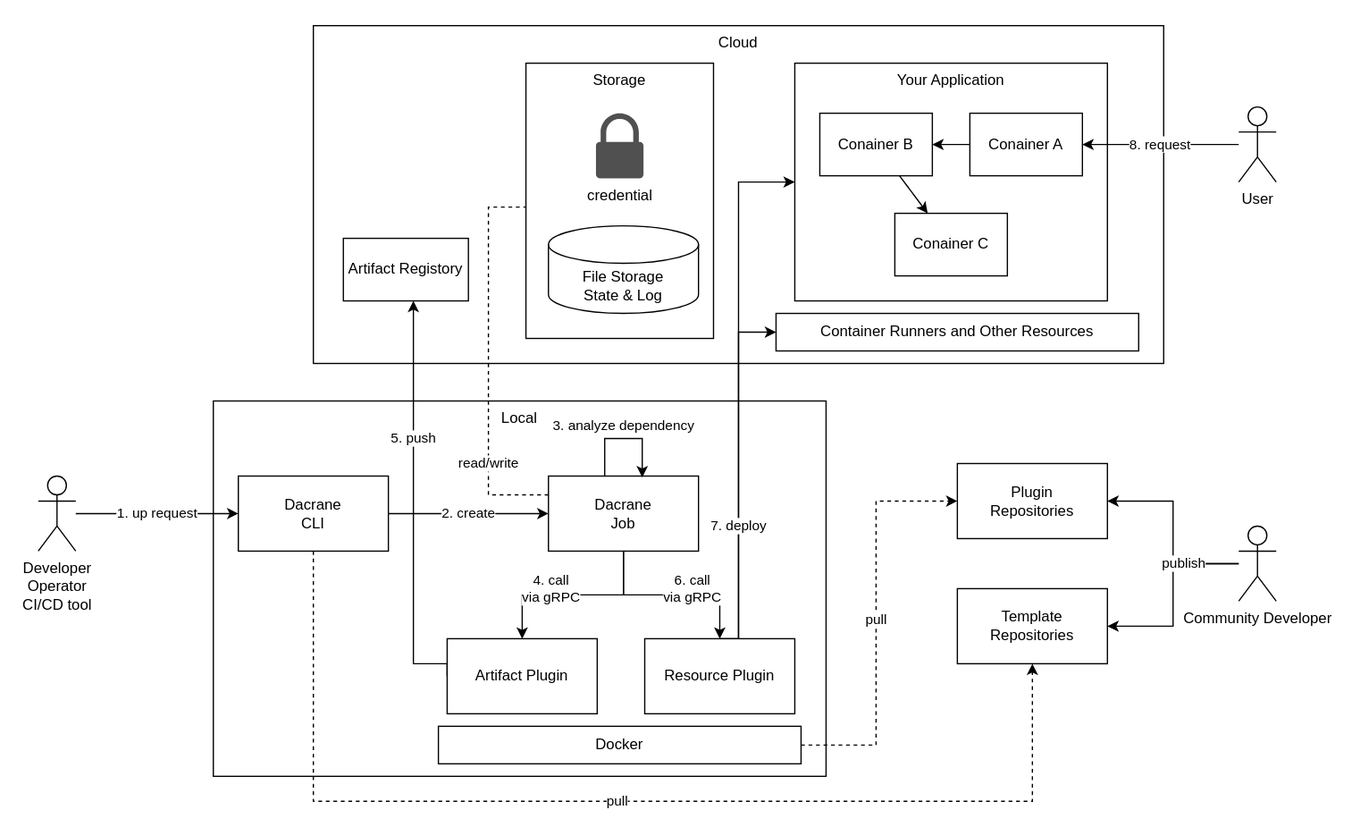
Before: doc/images/architecture.drawio.svg, a diagram exported from draw.io (SIOS-Technology-Inc/dacrane). Source tidied: cells renumbered, new cells last; positions are measured from the earlier drawing's top-left corner, leaving out a move shared by most shapes.
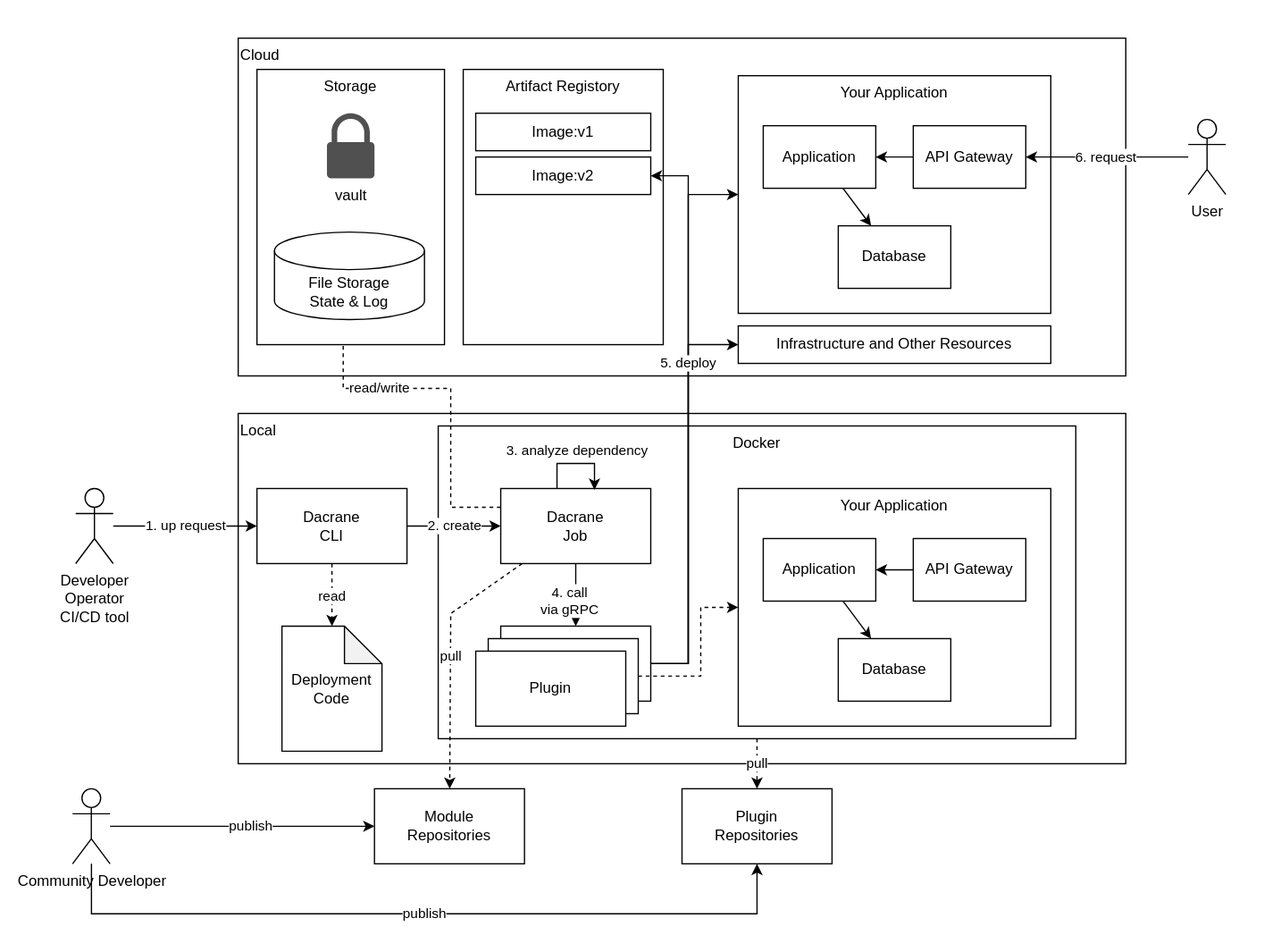
Later version of the same file.

The edit, as a diff of the source:
```diff
@@ -3,80 +3,74 @@
     <mxCell id="0" />
     <mxCell id="1" parent="0" />
     <mxCell id="2" style="rounded=0;whiteSpace=wrap;html=1;strokeColor=none;" parent="1" vertex="1">
-      <mxGeometry width="1080" height="660" as="geometry" />
+      <mxGeometry x="-160" y="-10" width="1010" height="760" as="geometry" />
     </mxCell>
-    <mxCell id="3" value="Local" style="rounded=0;whiteSpace=wrap;html=1;verticalAlign=top;" parent="1" vertex="1">
-      <mxGeometry x="170" y="320" width="490" height="300" as="geometry" />
+    <mxCell id="3" value="&amp;nbsp;Local" style="rounded=0;whiteSpace=wrap;html=1;verticalAlign=top;align=left;" parent="1" vertex="1">
+      <mxGeometry x="30" y="320" width="710" height="280" as="geometry" />
     </mxCell>
-    <mxCell id="4" value="pull" style="edgeStyle=orthogonalEdgeStyle;rounded=0;html=1;entryX=0;entryY=0.5;entryDx=0;entryDy=0;dashed=1;exitX=1;exitY=0.5;exitDx=0;exitDy=0;" parent="1" edge="1" source="14" target="9">
-      <mxGeometry relative="1" as="geometry">
-        <Array as="points">
-          <mxPoint x="700" y="595" />
-          <mxPoint x="700" y="400" />
-        </Array>
-      </mxGeometry>
-    </mxCell>
-    <mxCell id="5" style="rounded=0;html=1;edgeStyle=orthogonalEdgeStyle;" parent="1" edge="1" source="13" target="9">
-      <mxGeometry relative="1" as="geometry" />
+    <mxCell id="5" value="publish" style="rounded=0;html=1;edgeStyle=orthogonalEdgeStyle;entryX=0.5;entryY=1;entryDx=0;entryDy=0;" parent="1" edge="1" source="13" target="9">
+      <mxGeometry relative="1" as="geometry">
+        <Array as="points">
+          <mxPoint x="-87" y="720" />
+          <mxPoint x="445" y="720" />
+        </Array>
+      </mxGeometry>
     </mxCell>
-    <mxCell id="6" value="publish" style="rounded=0;html=1;entryX=1;entryY=0.5;entryDx=0;entryDy=0;edgeStyle=orthogonalEdgeStyle;" parent="1" edge="1" source="13" target="8">
-      <mxGeometry x="-0.43" relative="1" as="geometry" />
+    <mxCell id="6" value="publish" style="rounded=0;html=1;entryX=0;entryY=0.5;entryDx=0;entryDy=0;edgeStyle=orthogonalEdgeStyle;" parent="1" edge="1" source="13" target="8">
+      <mxGeometry x="0.05" relative="1" as="geometry" />
     </mxCell>
-    <mxCell id="7" value="Cloud" style="rounded=0;whiteSpace=wrap;html=1;verticalAlign=top;" parent="1" vertex="1">
-      <mxGeometry x="250" y="20" width="680" height="270" as="geometry" />
+    <mxCell id="7" value="&amp;nbsp;Cloud" style="rounded=0;whiteSpace=wrap;html=1;verticalAlign=top;align=left;" parent="1" vertex="1">
+      <mxGeometry x="30" y="20" width="710" height="270" as="geometry" />
     </mxCell>
-    <mxCell id="8" value="Template&lt;br&gt;Repositories" style="rounded=0;whiteSpace=wrap;html=1;" parent="1" vertex="1">
-      <mxGeometry x="765" y="470" width="120" height="60" as="geometry" />
+    <mxCell id="8" value="Module&lt;br&gt;Repositories" style="rounded=0;whiteSpace=wrap;html=1;" parent="1" vertex="1">
+      <mxGeometry x="139" y="620" width="120" height="60" as="geometry" />
     </mxCell>
     <mxCell id="9" value="Plugin&lt;br&gt;Repositories" style="rounded=0;whiteSpace=wrap;html=1;" parent="1" vertex="1">
-      <mxGeometry x="765" y="370" width="120" height="60" as="geometry" />
+      <mxGeometry x="385" y="620" width="120" height="60" as="geometry" />
     </mxCell>
-    <mxCell id="10" value="2. create" style="edgeStyle=none;html=1;entryX=0;entryY=0.5;entryDx=0;entryDy=0;exitX=1;exitY=0.5;exitDx=0;exitDy=0;" parent="1" edge="1" source="12" target="20">
-      <mxGeometry relative="1" as="geometry" />
-    </mxCell>
-    <mxCell id="11" value="pull" style="edgeStyle=orthogonalEdgeStyle;rounded=0;html=1;dashed=1;entryX=0.5;entryY=1;entryDx=0;entryDy=0;" parent="1" edge="1" source="12" target="8">
+    <mxCell id="11" value="read" style="edgeStyle=orthogonalEdgeStyle;rounded=0;html=1;dashed=1;" parent="1" edge="1" source="12" target="54">
       <mxGeometry relative="1" as="geometry">
         <Array as="points">
-          <mxPoint x="250" y="640" />
-          <mxPoint x="825" y="640" />
+          <mxPoint x="105" y="530" />
         </Array>
       </mxGeometry>
     </mxCell>
     <mxCell id="12" value="Dacrane&lt;br&gt;CLI" style="rounded=0;whiteSpace=wrap;html=1;" parent="1" vertex="1">
-      <mxGeometry x="190" y="380" width="120" height="60" as="geometry" />
+      <mxGeometry x="45" y="380" width="120" height="60" as="geometry" />
     </mxCell>
     <mxCell id="13" value="Community Developer" style="shape=umlActor;verticalLabelPosition=bottom;verticalAlign=top;html=1;outlineConnect=0;" parent="1" vertex="1">
-      <mxGeometry x="990" y="420" width="30" height="60" as="geometry" />
+      <mxGeometry x="-102.5" y="620" width="30" height="60" as="geometry" />
     </mxCell>
+    <mxCell id="4" value="pull" style="edgeStyle=none;html=1;dashed=1;" parent="1" edge="1" source="14" target="9">
+      <mxGeometry relative="1" as="geometry" />
+    </mxCell>
-    <mxCell id="14" value="Docker" style="rounded=0;whiteSpace=wrap;html=1;" parent="1" vertex="1">
-      <mxGeometry x="350" y="580" width="290" height="30" as="geometry" />
+    <mxCell id="14" value="Docker" style="rounded=0;whiteSpace=wrap;html=1;verticalAlign=top;" parent="1" vertex="1">
+      <mxGeometry x="190" y="330" width="510" height="250" as="geometry" />
     </mxCell>
-    <mxCell id="15" value="1. up request" style="edgeStyle=none;html=1;entryX=0;entryY=0.5;entryDx=0;entryDy=0;" parent="1" edge="1" source="16" target="12">
-      <mxGeometry relative="1" as="geometry" />
-    </mxCell>
-    <mxCell id="16" value="Developer&lt;br&gt;Operator&lt;br&gt;CI/CD tool" style="shape=umlActor;verticalLabelPosition=bottom;verticalAlign=top;html=1;outlineConnect=0;" parent="1" vertex="1">
-      <mxGeometry x="30" y="380" width="30" height="60" as="geometry" />
-    </mxCell>
-    <mxCell id="17" value="4. call&lt;br&gt;via gRPC" style="html=1;rounded=0;edgeStyle=orthogonalEdgeStyle;" parent="1" edge="1" source="20" target="32">
+    <mxCell id="17" value="4. call&lt;br&gt;via gRPC" style="html=1;rounded=0;edgeStyle=orthogonalEdgeStyle;entryX=0.5;entryY=0;entryDx=0;entryDy=0;" parent="1" edge="1" source="20" target="29">
       <mxGeometry x="0.23" y="-5" relative="1" as="geometry" />
     </mxCell>
-    <mxCell id="18" value="6. call&lt;br&gt;via gRPC" style="html=1;rounded=0;edgeStyle=orthogonalEdgeStyle;" parent="1" edge="1" source="20" target="29">
-      <mxGeometry x="0.23" y="5" relative="1" as="geometry" />
-    </mxCell>
-    <mxCell id="19" value="read/write" style="edgeStyle=orthogonalEdgeStyle;html=1;dashed=1;endArrow=none;endFill=0;exitX=0;exitY=0.25;exitDx=0;exitDy=0;rounded=0;entryX=0;entryY=0.5;entryDx=0;entryDy=0;" parent="1" edge="1" source="20" target="38">
-      <mxGeometry x="-0.53" relative="1" as="geometry">
+    <mxCell id="19" value="read/write" style="edgeStyle=orthogonalEdgeStyle;html=1;dashed=1;endArrow=none;endFill=0;exitX=0;exitY=0.25;exitDx=0;exitDy=0;rounded=0;entryX=0.46;entryY=0.991;entryDx=0;entryDy=0;entryPerimeter=0;" parent="1" edge="1" source="20" target="38">
+      <mxGeometry x="0.49" relative="1" as="geometry">
         <Array as="points">
-          <mxPoint x="390" y="395" />
-          <mxPoint x="390" y="165" />
-          <mxPoint x="420" y="165" />
+          <mxPoint x="200" y="395" />
+          <mxPoint x="200" y="300" />
+          <mxPoint x="114" y="300" />
         </Array>
       </mxGeometry>
     </mxCell>
+    <mxCell id="41" value="pull" style="edgeStyle=none;html=1;dashed=1;rounded=0;" parent="1" edge="1" source="20" target="8">
+      <mxGeometry relative="1" as="geometry">
+        <Array as="points">
+          <mxPoint x="200" y="480" />
+        </Array>
+      </mxGeometry>
+    </mxCell>
     <mxCell id="20" value="Dacrane&lt;br&gt;Job" style="rounded=0;whiteSpace=wrap;html=1;" parent="1" vertex="1">
-      <mxGeometry x="438" y="380" width="120" height="60" as="geometry" />
+      <mxGeometry x="240" y="380" width="120" height="60" as="geometry" />
     </mxCell>
     <mxCell id="21" style="group;" parent="1" vertex="1">
-      <mxGeometry x="635" y="50" width="250" height="190" as="geometry" />
+      <mxGeometry x="430" y="50" width="250" height="190" as="geometry" />
     </mxCell>
     <mxCell id="22" value="Your Application" style="rounded=0;whiteSpace=wrap;html=1;verticalAlign=top;" parent="21" vertex="1">
       <mxGeometry width="250" height="190" as="geometry" />
@@ -84,75 +78,126 @@
     <mxCell id="23" style="edgeStyle=none;html=1;" parent="21" edge="1" source="24" target="25">
       <mxGeometry relative="1" as="geometry" />
     </mxCell>
-    <mxCell id="24" value="Conainer B" style="rounded=0;whiteSpace=wrap;html=1;" parent="21" vertex="1">
+    <mxCell id="24" value="Application" style="rounded=0;whiteSpace=wrap;html=1;" parent="21" vertex="1">
       <mxGeometry x="20" y="40" width="90" height="50" as="geometry" />
     </mxCell>
-    <mxCell id="25" value="Conainer C" style="rounded=0;whiteSpace=wrap;html=1;" parent="21" vertex="1">
+    <mxCell id="25" value="Database" style="rounded=0;whiteSpace=wrap;html=1;" parent="21" vertex="1">
       <mxGeometry x="80" y="120" width="90" height="50" as="geometry" />
     </mxCell>
-    <mxCell id="26" value="Conainer A" style="rounded=0;whiteSpace=wrap;html=1;" parent="21" vertex="1">
+    <mxCell id="26" value="API Gateway" style="rounded=0;whiteSpace=wrap;html=1;" parent="21" vertex="1">
       <mxGeometry x="140" y="40" width="90" height="50" as="geometry" />
     </mxCell>
     <mxCell id="27" style="edgeStyle=none;html=1;" parent="21" edge="1" source="26" target="24">
       <mxGeometry relative="1" as="geometry" />
     </mxCell>
-    <mxCell id="28" style="edgeStyle=orthogonalEdgeStyle;rounded=0;html=1;entryX=0;entryY=0.5;entryDx=0;entryDy=0;" parent="1" edge="1" source="29" target="22">
-      <mxGeometry relative="1" as="geometry">
-        <Array as="points">
-          <mxPoint x="590" y="145" />
-        </Array>
-      </mxGeometry>
-    </mxCell>
-    <mxCell id="29" value="Resource Plugin" style="rounded=0;whiteSpace=wrap;html=1;" parent="1" vertex="1">
-      <mxGeometry x="515" y="510" width="120" height="60" as="geometry" />
+    <mxCell id="29" style="rounded=0;whiteSpace=wrap;html=1;" parent="1" vertex="1">
+      <mxGeometry x="240" y="490" width="120" height="60" as="geometry" />
     </mxCell>
-    <mxCell id="30" value="5. push" style="edgeStyle=orthogonalEdgeStyle;html=1;rounded=0;exitX=0;exitY=0.5;exitDx=0;exitDy=0;" parent="1" edge="1" source="32" target="34">
-      <mxGeometry x="0.33" relative="1" as="geometry">
-        <Array as="points">
-          <mxPoint x="357" y="530" />
-          <mxPoint x="330" y="530" />
-        </Array>
-      </mxGeometry>
-    </mxCell>
-    <mxCell id="31" value="7. deploy" style="edgeStyle=orthogonalEdgeStyle;html=1;entryX=0;entryY=0.5;entryDx=0;entryDy=0;exitX=0.5;exitY=0;exitDx=0;exitDy=0;rounded=0;" parent="1" edge="1" source="29" target="35">
-      <mxGeometry x="-0.28" relative="1" as="geometry">
-        <Array as="points">
-          <mxPoint x="590" y="510" />
-          <mxPoint x="590" y="265" />
-        </Array>
-      </mxGeometry>
-    </mxCell>
-    <mxCell id="32" value="Artifact Plugin" style="rounded=0;whiteSpace=wrap;html=1;" parent="1" vertex="1">
-      <mxGeometry x="357" y="510" width="120" height="60" as="geometry" />
+    <mxCell id="32" value="Plugin" style="rounded=0;whiteSpace=wrap;html=1;" parent="1" vertex="1">
+      <mxGeometry x="230" y="500" width="120" height="60" as="geometry" />
     </mxCell>
     <mxCell id="33" value="3. analyze dependency" style="edgeStyle=orthogonalEdgeStyle;html=1;exitX=0.375;exitY=0;exitDx=0;exitDy=0;exitPerimeter=0;rounded=0;entryX=0.625;entryY=0.017;entryDx=0;entryDy=0;entryPerimeter=0;" parent="1" edge="1" source="20" target="20">
       <mxGeometry x="-0.01" y="10" relative="1" as="geometry">
         <Array as="points">
-          <mxPoint x="483" y="350" />
-          <mxPoint x="513" y="350" />
+          <mxPoint x="315" y="360" />
+          <mxPoint x="345" y="360" />
         </Array>
       </mxGeometry>
     </mxCell>
-    <mxCell id="34" value="Artifact Registory" style="rounded=0;whiteSpace=wrap;html=1;verticalAlign=middle;" parent="1" vertex="1">
-      <mxGeometry x="274" y="190" width="100" height="50" as="geometry" />
+    <mxCell id="34" value="Artifact Registory" style="rounded=0;whiteSpace=wrap;html=1;verticalAlign=top;" parent="1" vertex="1">
+      <mxGeometry x="210" y="45" width="160" height="220" as="geometry" />
     </mxCell>
-    <mxCell id="35" value="Container Runners and Other Resources" style="rounded=0;whiteSpace=wrap;html=1;" parent="1" vertex="1">
-      <mxGeometry x="620" y="250" width="290" height="30" as="geometry" />
+    <mxCell id="35" value="Infrastructure and Other Resources" style="rounded=0;whiteSpace=wrap;html=1;" parent="1" vertex="1">
+      <mxGeometry x="430" y="250" width="250" height="30" as="geometry" />
     </mxCell>
-    <mxCell id="36" value="8. request" style="html=1;" parent="1" edge="1" source="37" target="26">
+    <mxCell id="36" value="6. request" style="html=1;entryX=1;entryY=0.5;entryDx=0;entryDy=0;" parent="1" edge="1" source="37" target="26">
       <mxGeometry relative="1" as="geometry" />
     </mxCell>
     <mxCell id="37" value="User" style="shape=umlActor;verticalLabelPosition=bottom;verticalAlign=top;html=1;outlineConnect=0;" parent="1" vertex="1">
-      <mxGeometry x="990" y="85" width="30" height="60" as="geometry" />
+      <mxGeometry x="790" y="85" width="30" height="60" as="geometry" />
     </mxCell>
     <mxCell id="38" value="Storage" style="rounded=0;whiteSpace=wrap;html=1;verticalAlign=top;" parent="1" vertex="1">
-      <mxGeometry x="420" y="50" width="150" height="220" as="geometry" />
+      <mxGeometry x="45" y="45" width="150" height="220" as="geometry" />
     </mxCell>
-    <mxCell id="39" value="credential" style="sketch=0;shadow=0;dashed=0;html=1;strokeColor=none;fillColor=#505050;labelPosition=center;verticalLabelPosition=bottom;verticalAlign=top;align=center;shape=mxgraph.office.security.lock_protected;" parent="1" vertex="1">
-      <mxGeometry x="476" y="90" width="38" height="52" as="geometry" />
+    <mxCell id="39" value="vault" style="sketch=0;shadow=0;dashed=0;html=1;strokeColor=none;fillColor=#505050;labelPosition=center;verticalLabelPosition=bottom;verticalAlign=top;align=center;shape=mxgraph.office.security.lock_protected;" parent="1" vertex="1">
+      <mxGeometry x="101" y="80" width="38" height="52" as="geometry" />
     </mxCell>
     <mxCell id="40" value="File Storage&lt;br&gt;State &amp;amp; Log" style="shape=cylinder3;whiteSpace=wrap;html=1;boundedLbl=1;backgroundOutline=1;size=15;" parent="1" vertex="1">
-      <mxGeometry x="438" y="180" width="120" height="70" as="geometry" />
+      <mxGeometry x="59" y="175" width="120" height="70" as="geometry" />
     </mxCell>
+    <mxCell id="15" value="1. up request" style="edgeStyle=none;html=1;" parent="1" edge="1" source="16" target="12">
+      <mxGeometry relative="1" as="geometry" />
+    </mxCell>
+    <mxCell id="16" value="Developer&lt;br&gt;Operator&lt;br&gt;CI/CD tool" style="shape=umlActor;verticalLabelPosition=bottom;verticalAlign=top;html=1;outlineConnect=0;" parent="1" vertex="1">
+      <mxGeometry x="-100" y="380" width="30" height="60" as="geometry" />
+    </mxCell>
+    <mxCell id="42" value="Plugin" style="rounded=0;whiteSpace=wrap;html=1;" parent="1" vertex="1">
+      <mxGeometry x="220" y="510" width="120" height="60" as="geometry" />
+    </mxCell>
+    <mxCell id="43" style="group;" parent="1" vertex="1">
+      <mxGeometry x="430" y="380" width="250" height="190" as="geometry" />
+    </mxCell>
+    <mxCell id="44" value="Your Application" style="rounded=0;whiteSpace=wrap;html=1;verticalAlign=top;" parent="43" vertex="1">
+      <mxGeometry width="250" height="190" as="geometry" />
+    </mxCell>
+    <mxCell id="45" style="edgeStyle=none;html=1;" parent="43" edge="1" source="46" target="47">
+      <mxGeometry relative="1" as="geometry" />
+    </mxCell>
+    <mxCell id="46" value="Application" style="rounded=0;whiteSpace=wrap;html=1;" parent="43" vertex="1">
+      <mxGeometry x="20" y="40" width="90" height="50" as="geometry" />
+    </mxCell>
+    <mxCell id="47" value="Database" style="rounded=0;whiteSpace=wrap;html=1;" parent="43" vertex="1">
+      <mxGeometry x="80" y="120" width="90" height="50" as="geometry" />
+    </mxCell>
+    <mxCell id="48" value="API Gateway" style="rounded=0;whiteSpace=wrap;html=1;" parent="43" vertex="1">
+      <mxGeometry x="140" y="40" width="90" height="50" as="geometry" />
+    </mxCell>
+    <mxCell id="49" style="edgeStyle=none;html=1;" parent="43" edge="1" source="48" target="46">
+      <mxGeometry relative="1" as="geometry" />
+    </mxCell>
+    <mxCell id="50" value="Image:v1" style="rounded=0;whiteSpace=wrap;html=1;" parent="1" vertex="1">
+      <mxGeometry x="220" y="80" width="140" height="30" as="geometry" />
+    </mxCell>
+    <mxCell id="51" value="Image:v2" style="rounded=0;whiteSpace=wrap;html=1;" parent="1" vertex="1">
+      <mxGeometry x="220" y="115" width="140" height="30" as="geometry" />
+    </mxCell>
+    <mxCell id="52" style="edgeStyle=orthogonalEdgeStyle;rounded=0;html=1;entryX=1;entryY=0.5;entryDx=0;entryDy=0;exitX=1;exitY=0.5;exitDx=0;exitDy=0;" parent="1" edge="1" source="29" target="51">
+      <mxGeometry relative="1" as="geometry">
+        <Array as="points">
+          <mxPoint x="390" y="520" />
+          <mxPoint x="390" y="130" />
+        </Array>
+      </mxGeometry>
+    </mxCell>
+    <mxCell id="53" style="edgeStyle=orthogonalEdgeStyle;rounded=0;html=1;entryX=0;entryY=0.5;entryDx=0;entryDy=0;exitX=1;exitY=0.5;exitDx=0;exitDy=0;dashed=1;" parent="1" edge="1" source="32" target="44">
+      <mxGeometry relative="1" as="geometry">
+        <Array as="points">
+          <mxPoint x="400" y="530" />
+          <mxPoint x="400" y="475" />
+        </Array>
+      </mxGeometry>
+    </mxCell>
+    <mxCell id="10" value="2. create" style="edgeStyle=none;html=1;entryX=0;entryY=0.5;entryDx=0;entryDy=0;exitX=1;exitY=0.5;exitDx=0;exitDy=0;" parent="1" edge="1" source="12" target="20">
+      <mxGeometry relative="1" as="geometry" />
+    </mxCell>
+    <mxCell id="31" style="edgeStyle=orthogonalEdgeStyle;rounded=0;html=1;entryX=0;entryY=0.5;entryDx=0;entryDy=0;exitX=1;exitY=0.5;exitDx=0;exitDy=0;" parent="1" edge="1" source="29" target="35">
+      <mxGeometry x="0.21" relative="1" as="geometry">
+        <Array as="points">
+          <mxPoint x="390" y="520" />
+          <mxPoint x="390" y="265" />
+        </Array>
+      </mxGeometry>
+    </mxCell>
+    <mxCell id="28" value="5. deploy" style="edgeStyle=orthogonalEdgeStyle;rounded=0;html=1;entryX=0;entryY=0.5;entryDx=0;entryDy=0;" parent="1" edge="1" source="29" target="22">
+      <mxGeometry x="0.21" relative="1" as="geometry">
+        <Array as="points">
+          <mxPoint x="390" y="520" />
+          <mxPoint x="390" y="145" />
+        </Array>
+      </mxGeometry>
+    </mxCell>
+    <mxCell id="54" value="Deployment&lt;br&gt;Code" style="shape=note;whiteSpace=wrap;html=1;backgroundOutline=1;darkOpacity=0.05;" parent="1" vertex="1">
+      <mxGeometry x="65" y="490" width="80" height="100" as="geometry" />
+    </mxCell>
   </root>
 </mxGraphModel>
```
